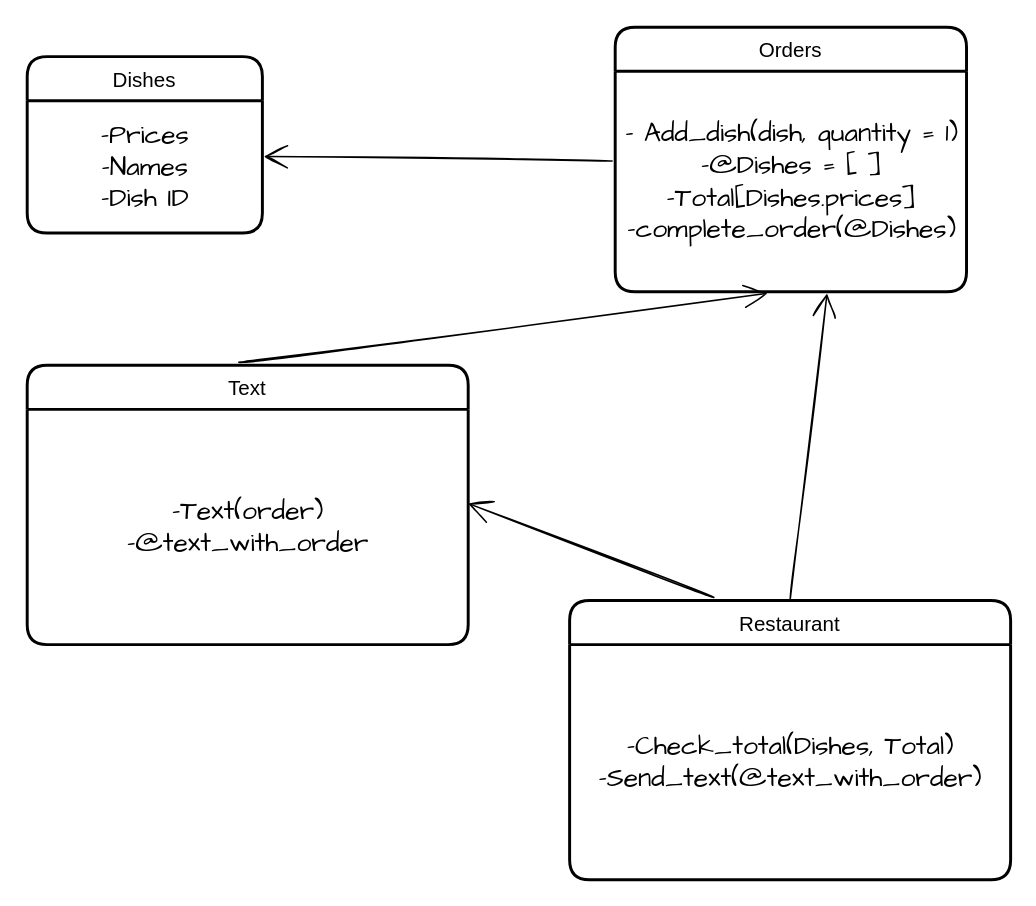
Before: docs/Untitled Diagram.drawio in makersacademy/takeaway-challenge, a draw.io diagram. Source tidied: cells renumbered, new cells numbered last; positions are measured from the earlier drawing's top-left corner, leaving out a move shared by most shapes. Both pictures are drawn from the tidied source at 147%, with x=0, y=0 at pixel (26, 26).
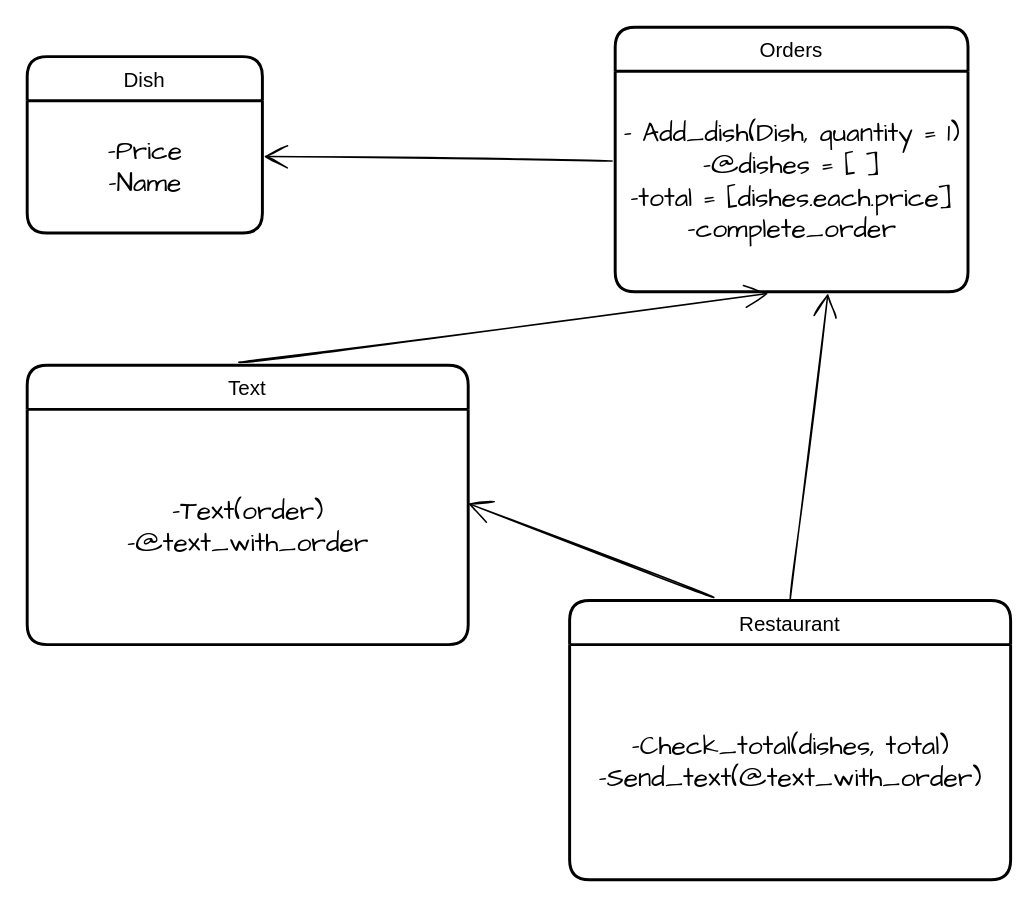
The same diagram, later.

Commit message:
Domain model 2nd iteration

What changed in the source:
```diff
@@
 <mxGraphModel>
   <root>
     <mxCell id="0" />
     <mxCell id="1" parent="0" />
     <mxCell id="2" value="Orders" style="swimlane;horizontal=1;startSize=30;rounded=1;fontSize=14;fontStyle=0;strokeWidth=2;shadow=0;dashed=0;align=center;hachureGap=4;" parent="1" vertex="1">
-      <mxGeometry x="400" width="239" height="180" as="geometry" />
+      <mxGeometry x="400" width="240" height="180" as="geometry" />
     </mxCell>
-    <mxCell id="3" value="- Add_dish(dish, quantity = 1)&lt;br&gt;-@Dishes = [ ]&lt;br&gt;-Total[Dishes.prices]&lt;br&gt;-complete_order(@Dishes)" style="text;html=1;align=center;verticalAlign=middle;points=[];strokeColor=none;fillColor=none;sketch=1;hachureGap=4;fontFamily=Architects Daughter;fontSize=18;" parent="2" vertex="1">
-      <mxGeometry y="30" width="239" height="150" as="geometry" />
+    <mxCell id="3" value="- Add_dish(Dish, quantity = 1)&lt;br&gt;-@dishes = [ ]&lt;br&gt;-total = [dishes.each.price]&lt;br&gt;-complete_order" style="text;html=1;align=center;verticalAlign=middle;points=[];strokeColor=none;fillColor=none;sketch=1;hachureGap=4;fontFamily=Architects Daughter;fontSize=18;" parent="2" vertex="1">
+      <mxGeometry y="30" width="240" height="150" as="geometry" />
     </mxCell>
-    <mxCell id="4" value="Dishes" style="swimlane;horizontal=1;startSize=30;rounded=1;fontSize=14;fontStyle=0;strokeWidth=2;shadow=0;dashed=0;align=center;hachureGap=4;" parent="1" vertex="1">
+    <mxCell id="4" value="Dish" style="swimlane;horizontal=1;startSize=30;rounded=1;fontSize=14;fontStyle=0;strokeWidth=2;shadow=0;dashed=0;align=center;hachureGap=4;" parent="1" vertex="1">
       <mxGeometry y="20" width="160" height="120" as="geometry" />
     </mxCell>
-    <mxCell id="5" value="-Prices&lt;br&gt;-Names&lt;br&gt;-Dish ID" style="text;html=1;align=center;verticalAlign=middle;points=[];strokeColor=none;fillColor=none;sketch=1;hachureGap=4;fontFamily=Architects Daughter;fontSize=18;" parent="4" vertex="1">
+    <mxCell id="5" value="-Price&lt;br&gt;-Name" style="text;html=1;align=center;verticalAlign=middle;points=[];strokeColor=none;fillColor=none;sketch=1;hachureGap=4;fontFamily=Architects Daughter;fontSize=18;" parent="4" vertex="1">
       <mxGeometry y="30" width="160" height="90" as="geometry" />
     </mxCell>
     <mxCell id="6" value="Text" style="swimlane;horizontal=1;startSize=30;rounded=1;fontSize=14;fontStyle=0;strokeWidth=2;shadow=0;dashed=0;align=center;hachureGap=4;" parent="1" vertex="1">
       <mxGeometry y="230" width="300" height="190" as="geometry" />
     </mxCell>
     <mxCell id="7" value="-Text(order)&lt;br&gt;-@text_with_order&lt;br&gt;" style="text;html=1;align=center;verticalAlign=middle;points=[];strokeColor=none;sketch=1;hachureGap=4;fontFamily=Architects Daughter;fontSize=18;" parent="6" vertex="1">
       <mxGeometry y="30" width="300" height="160" as="geometry" />
     </mxCell>
     <mxCell id="8" style="edgeStyle=none;jettySize=auto;html=1;endArrow=open;sourcePerimeterSpacing=8;targetPerimeterSpacing=8;fontSize=16;sketch=1;curved=1;rounded=0;fontFamily=Architects Daughter;startSize=14;endSize=14;entryX=1.006;entryY=0.422;entryDx=0;entryDy=0;entryPerimeter=0;exitX=-0.009;exitY=0.407;exitDx=0;exitDy=0;exitPerimeter=0;" parent="1" edge="1" source="3" target="5">
       <mxGeometry relative="1" as="geometry" />
     </mxCell>
     <mxCell id="9" style="edgeStyle=none;jettySize=auto;html=1;endArrow=open;sourcePerimeterSpacing=8;targetPerimeterSpacing=8;fontSize=16;sketch=1;curved=1;rounded=0;fontFamily=Architects Daughter;startSize=14;endSize=14;exitX=0.48;exitY=-0.011;exitDx=0;exitDy=0;exitPerimeter=0;entryX=0.434;entryY=1.007;entryDx=0;entryDy=0;entryPerimeter=0;" parent="1" edge="1" source="6" target="3">
       <mxGeometry relative="1" as="geometry" />
     </mxCell>
     <mxCell id="10" value="Restaurant" style="swimlane;horizontal=1;startSize=30;rounded=1;fontSize=14;fontStyle=0;strokeWidth=2;shadow=0;dashed=0;align=center;hachureGap=4;" parent="1" vertex="1">
       <mxGeometry x="369" y="390" width="300" height="190" as="geometry" />
     </mxCell>
-    <mxCell id="11" value="-Check_total(Dishes, Total)&lt;br&gt;-Send_text(@text_with_order)" style="text;html=1;align=center;verticalAlign=middle;strokeColor=none;sketch=1;hachureGap=4;fontFamily=Architects Daughter;fontSize=18;" parent="10" vertex="1">
+    <mxCell id="11" value="-Check_total(dishes, total)&lt;br&gt;-Send_text(@text_with_order)" style="text;html=1;align=center;verticalAlign=middle;strokeColor=none;sketch=1;hachureGap=4;fontFamily=Architects Daughter;fontSize=18;" parent="10" vertex="1">
       <mxGeometry y="30" width="300" height="160" as="geometry" />
     </mxCell>
     <mxCell id="12" style="edgeStyle=none;jettySize=auto;html=1;endArrow=open;sourcePerimeterSpacing=8;targetPerimeterSpacing=8;fontSize=16;sketch=1;curved=1;rounded=0;fontFamily=Architects Daughter;startSize=14;endSize=14;exitX=0.327;exitY=-0.011;exitDx=0;exitDy=0;exitPerimeter=0;entryX=1;entryY=0.4;entryDx=0;entryDy=0;entryPerimeter=0;" parent="1" edge="1" source="10" target="7">
       <mxGeometry relative="1" as="geometry" />
     </mxCell>
     <mxCell id="13" style="edgeStyle=none;jettySize=auto;html=1;endArrow=open;sourcePerimeterSpacing=8;targetPerimeterSpacing=8;fontSize=16;sketch=1;curved=1;rounded=0;fontFamily=Architects Daughter;startSize=14;endSize=14;exitX=0.5;exitY=0;exitDx=0;exitDy=0;entryX=0.603;entryY=1.007;entryDx=0;entryDy=0;entryPerimeter=0;" parent="1" edge="1" source="10" target="3">
       <mxGeometry relative="1" as="geometry" />
     </mxCell>
   </root>
 </mxGraphModel>
```
